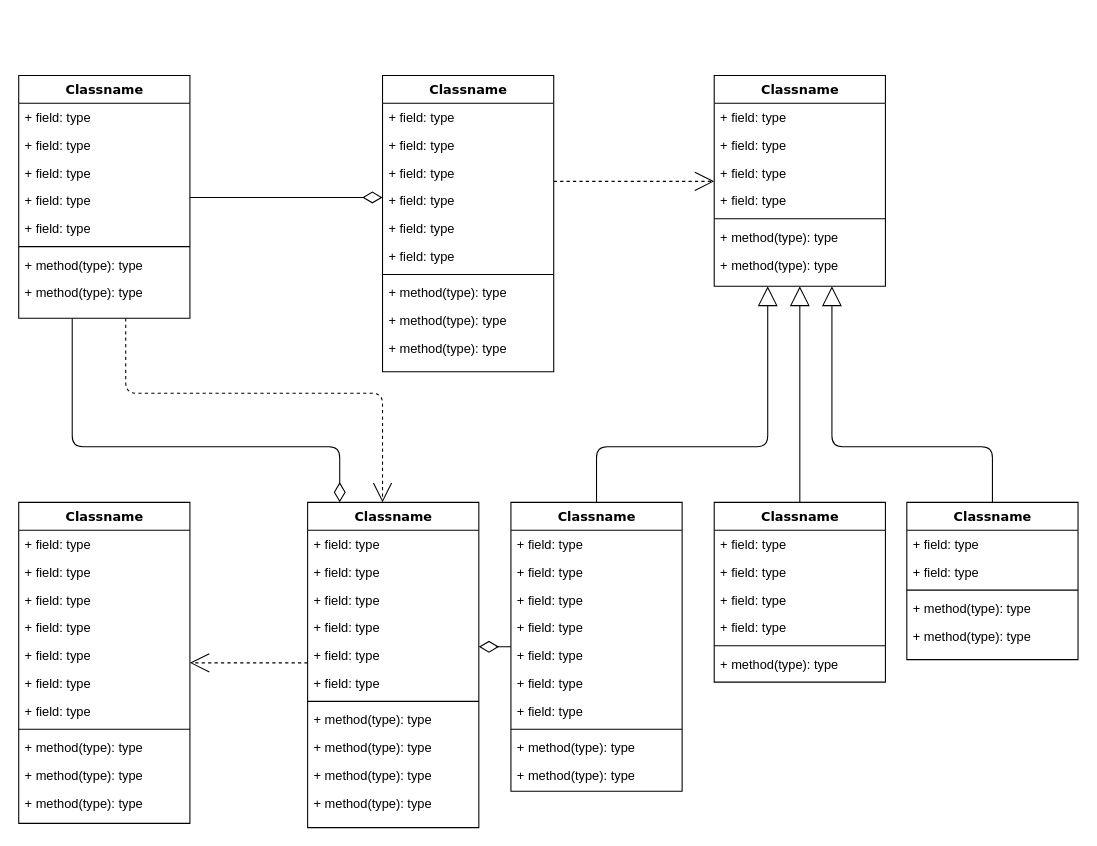
The draw.io diagram COMP9331.drawio in bekon-official/COMP9311, before the edit. Source tidied: cells renumbered, new cells numbered last; positions are measured from the earlier drawing's top-left corner, leaving out a move shared by most shapes. Both pictures are drawn from the tidied source at 107%, with x=0, y=0 at pixel (18, 75).
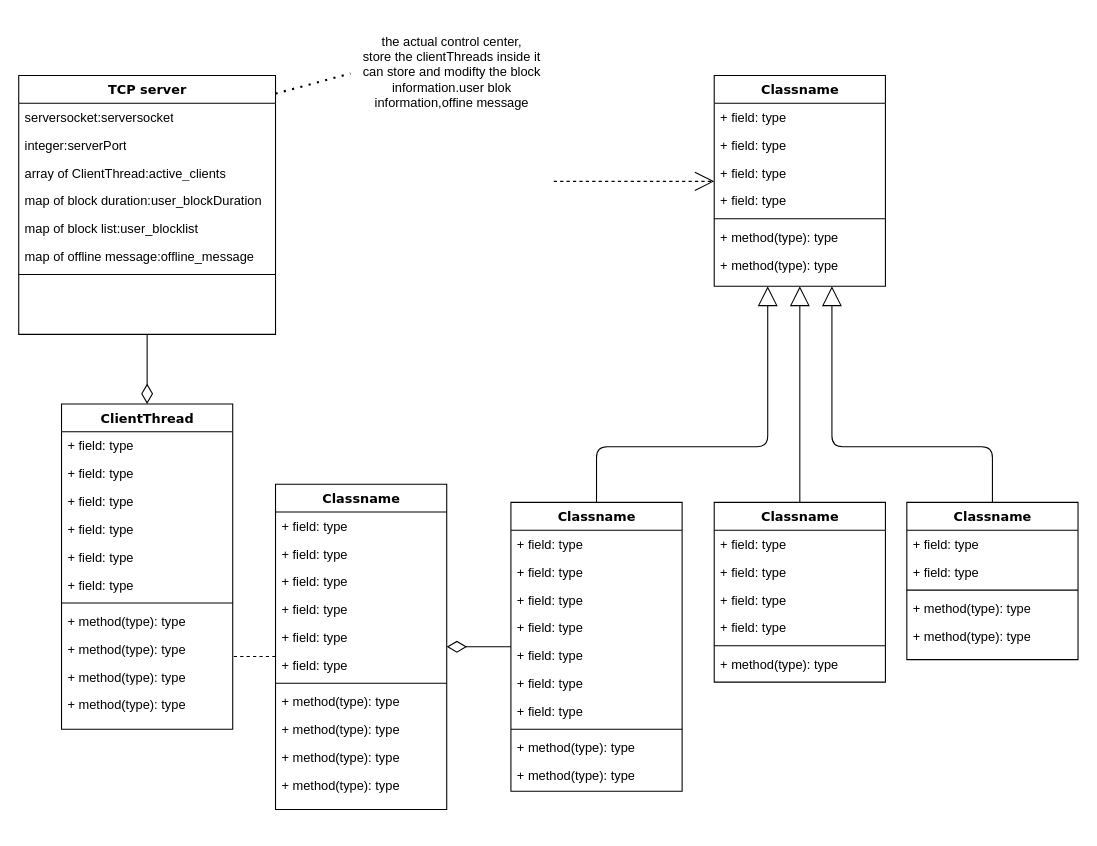
The same page after the edit.

The change refers to these unchanged cells:
```xml
<mxCell id="25" value="Classname" style="swimlane;html=1;fontStyle=1;align=center;verticalAlign=top;horizontal=1;startSize=26;swimlaneFillColor=#ffffff;rounded=0;shadow=0;comic=0;labelBackgroundColor=none;strokeWidth=1;fillColor=none;fontFamily=Verdana;fontSize=12;" parent="1" vertex="1">
  <mxGeometry x="650" width="160" height="197" as="geometry" />
</mxCell>
```

The edit, as a diff of the source:
```diff
@@
-    <mxCell id="2" style="edgeStyle=orthogonalEdgeStyle;html=1;labelBackgroundColor=none;startFill=0;startSize=8;endArrow=open;endFill=0;endSize=16;fontFamily=Verdana;fontSize=12;dashed=1;" parent="1" edge="1" source="4" target="47">
-      <mxGeometry relative="1" as="geometry">
-        <Array as="points">
-          <mxPoint x="100" y="297" />
-          <mxPoint x="340" y="297" />
-        </Array>
-      </mxGeometry>
-    </mxCell>
-    <mxCell id="3" style="edgeStyle=orthogonalEdgeStyle;html=1;labelBackgroundColor=none;startFill=0;startSize=8;endArrow=diamondThin;endFill=0;endSize=16;fontFamily=Verdana;fontSize=12;" parent="1" edge="1" source="4" target="47">
-      <mxGeometry relative="1" as="geometry">
-        <Array as="points">
-          <mxPoint x="50" y="347" />
-          <mxPoint x="300" y="347" />
-        </Array>
-      </mxGeometry>
-    </mxCell>
-    <mxCell id="4" value="Classname" style="swimlane;html=1;fontStyle=1;align=center;verticalAlign=top;horizontal=1;startSize=26;swimlaneFillColor=#ffffff;rounded=0;shadow=0;comic=0;labelBackgroundColor=none;strokeWidth=1;fillColor=none;fontFamily=Verdana;fontSize=12;" parent="1" vertex="1">
-      <mxGeometry width="160" height="227" as="geometry" />
+    <mxCell id="4" value="TCP server" style="swimlane;html=1;fontStyle=1;align=center;verticalAlign=top;horizontal=1;startSize=26;swimlaneFillColor=#ffffff;rounded=0;shadow=0;comic=0;labelBackgroundColor=none;strokeWidth=1;fillColor=none;fontFamily=Verdana;fontSize=12;" parent="1" vertex="1">
+      <mxGeometry width="240" height="242" as="geometry" />
     </mxCell>
-    <mxCell id="5" value="+ field: type" style="text;html=1;strokeColor=none;fillColor=none;align=left;verticalAlign=top;spacingLeft=4;spacingRight=4;whiteSpace=wrap;overflow=hidden;" parent="4" vertex="1">
-      <mxGeometry y="26" width="160" height="26" as="geometry" />
+    <mxCell id="5" value="&lt;span&gt;serversocket:serversocket&lt;/span&gt;" style="text;html=1;strokeColor=none;fillColor=none;align=left;verticalAlign=top;spacingLeft=4;spacingRight=4;whiteSpace=wrap;overflow=hidden;" parent="4" vertex="1">
+      <mxGeometry y="26" width="240" height="26" as="geometry" />
     </mxCell>
-    <mxCell id="6" value="+ field: type" style="text;html=1;strokeColor=none;fillColor=none;align=left;verticalAlign=top;spacingLeft=4;spacingRight=4;whiteSpace=wrap;overflow=hidden;" parent="4" vertex="1">
-      <mxGeometry y="52" width="160" height="26" as="geometry" />
+    <mxCell id="6" value="&lt;span&gt;integer:serverPort&lt;/span&gt;" style="text;html=1;strokeColor=none;fillColor=none;align=left;verticalAlign=top;spacingLeft=4;spacingRight=4;whiteSpace=wrap;overflow=hidden;" parent="4" vertex="1">
+      <mxGeometry y="52" width="240" height="26" as="geometry" />
     </mxCell>
-    <mxCell id="7" value="+ field: type" style="text;html=1;strokeColor=none;fillColor=none;align=left;verticalAlign=top;spacingLeft=4;spacingRight=4;whiteSpace=wrap;overflow=hidden;" parent="4" vertex="1">
-      <mxGeometry y="78" width="160" height="26" as="geometry" />
+    <mxCell id="7" value="&lt;span&gt;array of ClientThread:active_clients&lt;/span&gt;" style="text;html=1;strokeColor=none;fillColor=none;align=left;verticalAlign=top;spacingLeft=4;spacingRight=4;whiteSpace=wrap;overflow=hidden;" parent="4" vertex="1">
+      <mxGeometry y="78" width="240" height="26" as="geometry" />
     </mxCell>
-    <mxCell id="8" value="+ field: type" style="text;html=1;strokeColor=none;fillColor=none;align=left;verticalAlign=top;spacingLeft=4;spacingRight=4;whiteSpace=wrap;overflow=hidden;" parent="4" vertex="1">
-      <mxGeometry y="104" width="160" height="26" as="geometry" />
+    <mxCell id="8" value="&lt;span&gt;map of block duration:user_blockDuration&lt;/span&gt;" style="text;html=1;strokeColor=none;fillColor=none;align=left;verticalAlign=top;spacingLeft=4;spacingRight=4;whiteSpace=wrap;overflow=hidden;" parent="4" vertex="1">
+      <mxGeometry y="104" width="240" height="26" as="geometry" />
     </mxCell>
+    <mxCell id="87" value="&lt;span&gt;map of block list:user_blocklist&lt;/span&gt;" style="text;html=1;strokeColor=none;fillColor=none;align=left;verticalAlign=top;spacingLeft=4;spacingRight=4;whiteSpace=wrap;overflow=hidden;" parent="4" vertex="1">
+      <mxGeometry y="130" width="240" height="26" as="geometry" />
+    </mxCell>
-    <mxCell id="9" value="+ field: type" style="text;html=1;strokeColor=none;fillColor=none;align=left;verticalAlign=top;spacingLeft=4;spacingRight=4;whiteSpace=wrap;overflow=hidden;" parent="4" vertex="1">
-      <mxGeometry y="130" width="160" height="26" as="geometry" />
+    <mxCell id="9" value="&lt;span&gt;map of offline message:offline_message&lt;/span&gt;" style="text;html=1;strokeColor=none;fillColor=none;align=left;verticalAlign=top;spacingLeft=4;spacingRight=4;whiteSpace=wrap;overflow=hidden;" parent="4" vertex="1">
+      <mxGeometry y="156" width="240" height="26" as="geometry" />
     </mxCell>
     <mxCell id="10" style="line;html=1;strokeWidth=1;fillColor=none;align=left;verticalAlign=middle;spacingTop=-1;spacingLeft=3;spacingRight=3;labelPosition=right;" parent="4" vertex="1">
-      <mxGeometry y="156" width="160" height="8" as="geometry" />
+      <mxGeometry y="182" width="240" height="8" as="geometry" />
     </mxCell>
-    <mxCell id="11" value="+ method(type): type" style="text;html=1;strokeColor=none;fillColor=none;align=left;verticalAlign=top;spacingLeft=4;spacingRight=4;whiteSpace=wrap;overflow=hidden;" parent="4" vertex="1">
-      <mxGeometry y="164" width="160" height="26" as="geometry" />
-    </mxCell>
-    <mxCell id="12" value="+ method(type): type" style="text;html=1;strokeColor=none;fillColor=none;align=left;verticalAlign=top;spacingLeft=4;spacingRight=4;whiteSpace=wrap;overflow=hidden;" parent="4" vertex="1">
-      <mxGeometry y="190" width="160" height="26" as="geometry" />
-    </mxCell>
-    <mxCell id="13" style="edgeStyle=elbowEdgeStyle;html=1;labelBackgroundColor=none;startFill=0;startSize=8;endArrow=open;endFill=0;endSize=16;fontFamily=Verdana;fontSize=12;elbow=vertical;dashed=1;" parent="1" edge="1" source="14" target="25">
-      <mxGeometry relative="1" as="geometry" />
+    <mxCell id="13" style="edgeStyle=elbowEdgeStyle;html=1;labelBackgroundColor=none;startFill=0;startSize=8;endArrow=open;endFill=0;endSize=16;fontFamily=Verdana;fontSize=12;elbow=vertical;dashed=1;" parent="1" edge="1" target="25">
+      <mxGeometry relative="1" as="geometry">
+        <mxPoint x="500" y="99" as="sourcePoint" />
+      </mxGeometry>
     </mxCell>
-    <mxCell id="14" value="Classname" style="swimlane;html=1;fontStyle=1;align=center;verticalAlign=top;horizontal=1;startSize=26;swimlaneFillColor=#ffffff;rounded=0;shadow=0;comic=0;labelBackgroundColor=none;strokeWidth=1;fillColor=none;fontFamily=Verdana;fontSize=12;" parent="1" vertex="1">
-      <mxGeometry x="340" width="160" height="277" as="geometry" />
-    </mxCell>
-    <mxCell id="15" value="+ field: type" style="text;html=1;strokeColor=none;fillColor=none;align=left;verticalAlign=top;spacingLeft=4;spacingRight=4;whiteSpace=wrap;overflow=hidden;" parent="14" vertex="1">
-      <mxGeometry y="26" width="160" height="26" as="geometry" />
-    </mxCell>
-    <mxCell id="16" value="+ field: type" style="text;html=1;strokeColor=none;fillColor=none;align=left;verticalAlign=top;spacingLeft=4;spacingRight=4;whiteSpace=wrap;overflow=hidden;" parent="14" vertex="1">
-      <mxGeometry y="52" width="160" height="26" as="geometry" />
-    </mxCell>
-    <mxCell id="17" value="+ field: type" style="text;html=1;strokeColor=none;fillColor=none;align=left;verticalAlign=top;spacingLeft=4;spacingRight=4;whiteSpace=wrap;overflow=hidden;" parent="14" vertex="1">
-      <mxGeometry y="78" width="160" height="26" as="geometry" />
-    </mxCell>
-    <mxCell id="18" value="+ field: type" style="text;html=1;strokeColor=none;fillColor=none;align=left;verticalAlign=top;spacingLeft=4;spacingRight=4;whiteSpace=wrap;overflow=hidden;" parent="14" vertex="1">
-      <mxGeometry y="104" width="160" height="26" as="geometry" />
-    </mxCell>
-    <mxCell id="19" value="+ field: type" style="text;html=1;strokeColor=none;fillColor=none;align=left;verticalAlign=top;spacingLeft=4;spacingRight=4;whiteSpace=wrap;overflow=hidden;" parent="14" vertex="1">
-      <mxGeometry y="130" width="160" height="26" as="geometry" />
-    </mxCell>
-    <mxCell id="20" value="+ field: type" style="text;html=1;strokeColor=none;fillColor=none;align=left;verticalAlign=top;spacingLeft=4;spacingRight=4;whiteSpace=wrap;overflow=hidden;" parent="14" vertex="1">
-      <mxGeometry y="156" width="160" height="26" as="geometry" />
-    </mxCell>
-    <mxCell id="21" style="line;html=1;strokeWidth=1;fillColor=none;align=left;verticalAlign=middle;spacingTop=-1;spacingLeft=3;spacingRight=3;labelPosition=right;" parent="14" vertex="1">
-      <mxGeometry y="182" width="160" height="8" as="geometry" />
-    </mxCell>
-    <mxCell id="22" value="+ method(type): type" style="text;html=1;strokeColor=none;fillColor=none;align=left;verticalAlign=top;spacingLeft=4;spacingRight=4;whiteSpace=wrap;overflow=hidden;" parent="14" vertex="1">
-      <mxGeometry y="190" width="160" height="26" as="geometry" />
-    </mxCell>
-    <mxCell id="23" value="+ method(type): type" style="text;html=1;strokeColor=none;fillColor=none;align=left;verticalAlign=top;spacingLeft=4;spacingRight=4;whiteSpace=wrap;overflow=hidden;" parent="14" vertex="1">
-      <mxGeometry y="216" width="160" height="26" as="geometry" />
-    </mxCell>
-    <mxCell id="24" value="+ method(type): type" style="text;html=1;strokeColor=none;fillColor=none;align=left;verticalAlign=top;spacingLeft=4;spacingRight=4;whiteSpace=wrap;overflow=hidden;" parent="14" vertex="1">
-      <mxGeometry y="242" width="160" height="26" as="geometry" />
-    </mxCell>
@@
-    <mxCell id="33" style="edgeStyle=elbowEdgeStyle;html=1;labelBackgroundColor=none;startFill=0;startSize=8;endArrow=open;endFill=0;endSize=16;fontFamily=Verdana;fontSize=12;elbow=vertical;dashed=1;" parent="1" edge="1" source="47" target="34">
-      <mxGeometry relative="1" as="geometry" />
+    <mxCell id="33" style="edgeStyle=elbowEdgeStyle;html=1;labelBackgroundColor=none;startFill=0;startSize=8;endArrow=open;endFill=0;endSize=16;fontFamily=Verdana;fontSize=12;elbow=vertical;dashed=1;" parent="1" edge="1" source="47">
+      <mxGeometry relative="1" as="geometry">
+        <mxPoint x="160" y="543" as="targetPoint" />
+      </mxGeometry>
     </mxCell>
-    <mxCell id="34" value="Classname" style="swimlane;html=1;fontStyle=1;align=center;verticalAlign=top;horizontal=1;startSize=26;swimlaneFillColor=#ffffff;rounded=0;shadow=0;comic=0;labelBackgroundColor=none;strokeWidth=1;fillColor=none;fontFamily=Verdana;fontSize=12;" parent="1" vertex="1">
-      <mxGeometry y="399" width="160" height="300" as="geometry" />
-    </mxCell>
-    <mxCell id="35" value="+ field: type" style="text;html=1;strokeColor=none;fillColor=none;align=left;verticalAlign=top;spacingLeft=4;spacingRight=4;whiteSpace=wrap;overflow=hidden;" parent="34" vertex="1">
-      <mxGeometry y="26" width="160" height="26" as="geometry" />
-    </mxCell>
-    <mxCell id="36" value="+ field: type" style="text;html=1;strokeColor=none;fillColor=none;align=left;verticalAlign=top;spacingLeft=4;spacingRight=4;whiteSpace=wrap;overflow=hidden;" parent="34" vertex="1">
-      <mxGeometry y="52" width="160" height="26" as="geometry" />
-    </mxCell>
-    <mxCell id="37" value="+ field: type" style="text;html=1;strokeColor=none;fillColor=none;align=left;verticalAlign=top;spacingLeft=4;spacingRight=4;whiteSpace=wrap;overflow=hidden;" parent="34" vertex="1">
-      <mxGeometry y="78" width="160" height="26" as="geometry" />
-    </mxCell>
-    <mxCell id="38" value="+ field: type" style="text;html=1;strokeColor=none;fillColor=none;align=left;verticalAlign=top;spacingLeft=4;spacingRight=4;whiteSpace=wrap;overflow=hidden;" parent="34" vertex="1">
-      <mxGeometry y="104" width="160" height="26" as="geometry" />
-    </mxCell>
-    <mxCell id="39" value="+ field: type" style="text;html=1;strokeColor=none;fillColor=none;align=left;verticalAlign=top;spacingLeft=4;spacingRight=4;whiteSpace=wrap;overflow=hidden;" parent="34" vertex="1">
-      <mxGeometry y="130" width="160" height="26" as="geometry" />
-    </mxCell>
-    <mxCell id="40" value="+ field: type" style="text;html=1;strokeColor=none;fillColor=none;align=left;verticalAlign=top;spacingLeft=4;spacingRight=4;whiteSpace=wrap;overflow=hidden;" parent="34" vertex="1">
-      <mxGeometry y="156" width="160" height="26" as="geometry" />
-    </mxCell>
-    <mxCell id="41" value="+ field: type" style="text;html=1;strokeColor=none;fillColor=none;align=left;verticalAlign=top;spacingLeft=4;spacingRight=4;whiteSpace=wrap;overflow=hidden;" parent="34" vertex="1">
-      <mxGeometry y="182" width="160" height="26" as="geometry" />
-    </mxCell>
-    <mxCell id="42" style="line;html=1;strokeWidth=1;fillColor=none;align=left;verticalAlign=middle;spacingTop=-1;spacingLeft=3;spacingRight=3;labelPosition=right;" parent="34" vertex="1">
-      <mxGeometry y="208" width="160" height="8" as="geometry" />
-    </mxCell>
-    <mxCell id="43" value="+ method(type): type" style="text;html=1;strokeColor=none;fillColor=none;align=left;verticalAlign=top;spacingLeft=4;spacingRight=4;whiteSpace=wrap;overflow=hidden;" parent="34" vertex="1">
-      <mxGeometry y="216" width="160" height="26" as="geometry" />
-    </mxCell>
-    <mxCell id="44" value="+ method(type): type" style="text;html=1;strokeColor=none;fillColor=none;align=left;verticalAlign=top;spacingLeft=4;spacingRight=4;whiteSpace=wrap;overflow=hidden;" parent="34" vertex="1">
-      <mxGeometry y="242" width="160" height="26" as="geometry" />
-    </mxCell>
-    <mxCell id="45" value="+ method(type): type" style="text;html=1;strokeColor=none;fillColor=none;align=left;verticalAlign=top;spacingLeft=4;spacingRight=4;whiteSpace=wrap;overflow=hidden;" parent="34" vertex="1">
-      <mxGeometry y="268" width="160" height="26" as="geometry" />
-    </mxCell>
@@
     <mxCell id="47" value="Classname" style="swimlane;html=1;fontStyle=1;align=center;verticalAlign=top;horizontal=1;startSize=26;swimlaneFillColor=#ffffff;rounded=0;shadow=0;comic=0;labelBackgroundColor=none;strokeWidth=1;fillColor=none;fontFamily=Verdana;fontSize=12;" parent="1" vertex="1">
-      <mxGeometry x="270" y="399" width="160" height="304" as="geometry" />
+      <mxGeometry x="240" y="382" width="160" height="304" as="geometry" />
     </mxCell>
@@
-    <mxCell id="86" style="edgeStyle=elbowEdgeStyle;html=1;labelBackgroundColor=none;startFill=0;startSize=8;endArrow=diamondThin;endFill=0;endSize=16;fontFamily=Verdana;fontSize=12;elbow=vertical;" parent="1" edge="1" source="4" target="14">
-      <mxGeometry relative="1" as="geometry" />
+    <mxCell id="86" style="edgeStyle=elbowEdgeStyle;html=1;labelBackgroundColor=none;startFill=0;startSize=8;endArrow=diamondThin;endFill=0;endSize=16;fontFamily=Verdana;fontSize=12;elbow=vertical;" parent="1" edge="1" source="4" target="90">
+      <mxGeometry relative="1" as="geometry">
+        <Array as="points">
+          <mxPoint x="100" y="357" />
+          <mxPoint x="100" y="317" />
+        </Array>
+      </mxGeometry>
     </mxCell>
+    <mxCell id="88" style="endArrow=none;dashed=1;html=1;dashPattern=1 3;strokeWidth=2;rounded=0;" parent="1" edge="1">
+      <mxGeometry relative="1" as="geometry">
+        <mxPoint x="240" y="17" as="sourcePoint" />
+        <mxPoint x="310" y="-1.8" as="targetPoint" />
+      </mxGeometry>
+    </mxCell>
+    <mxCell id="89" value="the actual control center,&lt;br&gt;store the clientThreads inside it&lt;br&gt;can store and modifty the block information.user blok information,offine message" style="text;html=1;strokeColor=none;fillColor=none;align=center;verticalAlign=middle;whiteSpace=wrap;rounded=0;" parent="1" vertex="1">
+      <mxGeometry x="310" y="-53" width="190" height="100" as="geometry" />
+    </mxCell>
+    <mxCell id="90" value="ClientThread" style="swimlane;html=1;fontStyle=1;align=center;verticalAlign=top;horizontal=1;startSize=26;swimlaneFillColor=#ffffff;rounded=0;shadow=0;comic=0;labelBackgroundColor=none;strokeWidth=1;fillColor=none;fontFamily=Verdana;fontSize=12;" parent="1" vertex="1">
+      <mxGeometry x="40" y="307" width="160" height="304" as="geometry" />
+    </mxCell>
+    <mxCell id="91" value="+ field: type" style="text;html=1;strokeColor=none;fillColor=none;align=left;verticalAlign=top;spacingLeft=4;spacingRight=4;whiteSpace=wrap;overflow=hidden;" parent="90" vertex="1">
+      <mxGeometry y="26" width="160" height="26" as="geometry" />
+    </mxCell>
+    <mxCell id="92" value="+ field: type" style="text;html=1;strokeColor=none;fillColor=none;align=left;verticalAlign=top;spacingLeft=4;spacingRight=4;whiteSpace=wrap;overflow=hidden;" parent="90" vertex="1">
+      <mxGeometry y="52" width="160" height="26" as="geometry" />
+    </mxCell>
+    <mxCell id="93" value="+ field: type" style="text;html=1;strokeColor=none;fillColor=none;align=left;verticalAlign=top;spacingLeft=4;spacingRight=4;whiteSpace=wrap;overflow=hidden;" parent="90" vertex="1">
+      <mxGeometry y="78" width="160" height="26" as="geometry" />
+    </mxCell>
+    <mxCell id="94" value="+ field: type" style="text;html=1;strokeColor=none;fillColor=none;align=left;verticalAlign=top;spacingLeft=4;spacingRight=4;whiteSpace=wrap;overflow=hidden;" parent="90" vertex="1">
+      <mxGeometry y="104" width="160" height="26" as="geometry" />
+    </mxCell>
+    <mxCell id="95" value="+ field: type" style="text;html=1;strokeColor=none;fillColor=none;align=left;verticalAlign=top;spacingLeft=4;spacingRight=4;whiteSpace=wrap;overflow=hidden;" parent="90" vertex="1">
+      <mxGeometry y="130" width="160" height="26" as="geometry" />
+    </mxCell>
+    <mxCell id="96" value="+ field: type" style="text;html=1;strokeColor=none;fillColor=none;align=left;verticalAlign=top;spacingLeft=4;spacingRight=4;whiteSpace=wrap;overflow=hidden;" parent="90" vertex="1">
+      <mxGeometry y="156" width="160" height="26" as="geometry" />
+    </mxCell>
+    <mxCell id="21" style="line;html=1;strokeWidth=1;fillColor=none;align=left;verticalAlign=middle;spacingTop=-1;spacingLeft=3;spacingRight=3;labelPosition=right;" parent="90" vertex="1">
+      <mxGeometry y="182" width="160" height="8" as="geometry" />
+    </mxCell>
+    <mxCell id="97" value="+ method(type): type" style="text;html=1;strokeColor=none;fillColor=none;align=left;verticalAlign=top;spacingLeft=4;spacingRight=4;whiteSpace=wrap;overflow=hidden;" parent="90" vertex="1">
+      <mxGeometry y="190" width="160" height="26" as="geometry" />
+    </mxCell>
+    <mxCell id="98" value="+ method(type): type" style="text;html=1;strokeColor=none;fillColor=none;align=left;verticalAlign=top;spacingLeft=4;spacingRight=4;whiteSpace=wrap;overflow=hidden;" parent="90" vertex="1">
+      <mxGeometry y="216" width="160" height="26" as="geometry" />
+    </mxCell>
+    <mxCell id="99" value="+ method(type): type" style="text;html=1;strokeColor=none;fillColor=none;align=left;verticalAlign=top;spacingLeft=4;spacingRight=4;whiteSpace=wrap;overflow=hidden;" parent="90" vertex="1">
+      <mxGeometry y="242" width="160" height="26" as="geometry" />
+    </mxCell>
+    <mxCell id="45" value="+ method(type): type" style="text;html=1;strokeColor=none;fillColor=none;align=left;verticalAlign=top;spacingLeft=4;spacingRight=4;whiteSpace=wrap;overflow=hidden;" parent="90" vertex="1">
+      <mxGeometry y="268" width="160" height="26" as="geometry" />
+    </mxCell>
```
